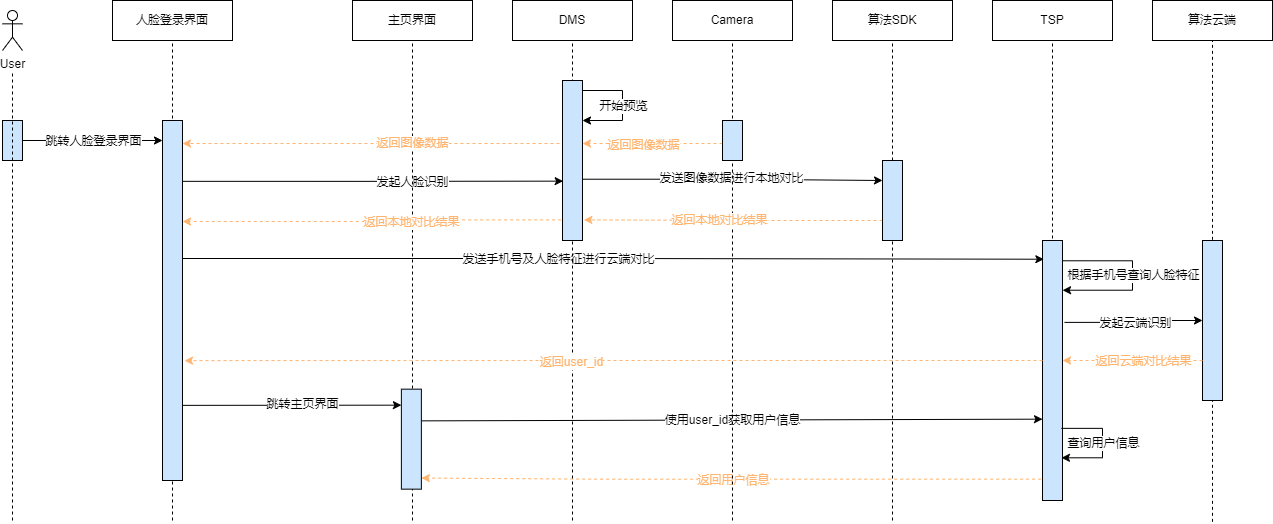
The draw.io diagram x9hp/人脸删除时序图.png in notigit/Image, before a commit. Source tidied: cells renumbered, new cells last; positions are measured from the earlier drawing's top-left corner, leaving out a move shared by most shapes.
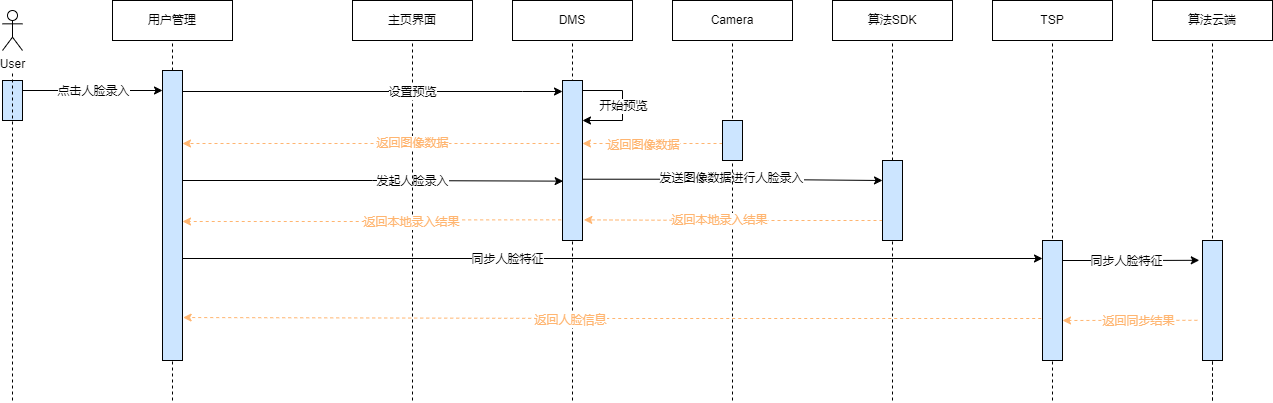
Above is the later version.

Change to the diagram source:
```diff
@@ -2,7 +2,7 @@
   <root>
     <mxCell id="0" />
     <mxCell id="1" parent="0" />
-    <mxCell id="2" value="人脸登录界面" style="rounded=0;whiteSpace=wrap;html=1;" parent="1" vertex="1">
+    <mxCell id="2" value="用户管理" style="rounded=0;whiteSpace=wrap;html=1;" parent="1" vertex="1">
       <mxGeometry x="110" width="120" height="40" as="geometry" />
     </mxCell>
     <mxCell id="3" value="TSP" style="rounded=0;whiteSpace=wrap;html=1;" parent="1" vertex="1">
@@ -12,57 +12,60 @@
       <mxGeometry y="10" width="20" height="40" as="geometry" />
     </mxCell>
     <mxCell id="5" style="rounded=0;whiteSpace=wrap;html=1;fillColor=#CCE5FF;" parent="1" vertex="1">
-      <mxGeometry y="120" width="20" height="40" as="geometry" />
+      <mxGeometry y="80" width="20" height="40" as="geometry" />
     </mxCell>
     <mxCell id="6" style="endArrow=none;dashed=1;html=1;rounded=0;" parent="1" edge="1">
       <mxGeometry relative="1" as="geometry">
-        <mxPoint x="10" y="520" as="sourcePoint" />
+        <mxPoint x="10" y="400" as="sourcePoint" />
         <mxPoint x="10" y="70" as="targetPoint" />
       </mxGeometry>
     </mxCell>
-    <mxCell id="7" style="endArrow=none;dashed=1;html=1;rounded=0;startArrow=none;entryX=0.5;entryY=1;entryDx=0;entryDy=0;" parent="1" edge="1" target="2">
-      <mxGeometry relative="1" as="geometry">
-        <mxPoint x="170" y="520" as="sourcePoint" />
-      </mxGeometry>
+    <mxCell id="7" style="endArrow=none;dashed=1;html=1;rounded=0;startArrow=none;entryX=0.5;entryY=1;entryDx=0;entryDy=0;" parent="1" edge="1" source="63" target="2">
+      <mxGeometry relative="1" as="geometry" />
     </mxCell>
-    <mxCell id="8" style="edgeStyle=orthogonalEdgeStyle;rounded=0;jettySize=auto;html=1;entryX=0.033;entryY=0.629;entryDx=0;entryDy=0;entryPerimeter=0;fontColor=#FFB570;strokeColor=#000000;exitX=1.033;exitY=0.169;exitDx=0;exitDy=0;exitPerimeter=0;" parent="1" edge="1" source="12" target="37">
-      <mxGeometry relative="1" as="geometry" />
+    <mxCell id="8" style="edgeStyle=orthogonalEdgeStyle;rounded=0;jettySize=auto;html=1;entryX=0.033;entryY=0.629;entryDx=0;entryDy=0;entryPerimeter=0;fontColor=#FFB570;strokeColor=#000000;exitX=1;exitY=0.25;exitDx=0;exitDy=0;" parent="1" edge="1" target="37">
+      <mxGeometry relative="1" as="geometry">
+        <mxPoint x="180" y="180" as="sourcePoint" />
+      </mxGeometry>
     </mxCell>
-    <mxCell id="9" value="发起人脸识别" style="edgeLabel;html=1;align=center;verticalAlign=middle;fontColor=#000000;" parent="8" vertex="1">
+    <mxCell id="9" value="发起人脸录入" style="edgeLabel;html=1;align=center;verticalAlign=middle;fontColor=#000000;" parent="8" vertex="1">
       <mxGeometry x="-0.09" relative="1" as="geometry">
         <mxPoint x="56" as="offset" />
       </mxGeometry>
     </mxCell>
-    <mxCell id="10" style="edgeStyle=orthogonalEdgeStyle;rounded=0;jettySize=auto;html=1;entryX=0.067;entryY=0.072;entryDx=0;entryDy=0;fontColor=#000000;strokeColor=#000000;entryPerimeter=0;" parent="1" edge="1" target="16">
+    <mxCell id="10" style="edgeStyle=orthogonalEdgeStyle;rounded=0;orthogonalLoop=1;jettySize=auto;html=1;fontColor=#000000;strokeColor=#000000;" parent="1" edge="1">
       <mxGeometry relative="1" as="geometry">
         <mxPoint x="180" y="258" as="sourcePoint" />
+        <mxPoint x="1040" y="258" as="targetPoint" />
       </mxGeometry>
     </mxCell>
-    <mxCell id="11" value="发送手机号及人脸特征进行云端对比" style="edgeLabel;html=1;align=center;verticalAlign=middle;fontColor=#000000;" parent="10" vertex="1">
-      <mxGeometry x="-0.13" relative="1" as="geometry" />
+    <mxCell id="11" value="同步人脸特征" style="edgeLabel;html=1;align=center;verticalAlign=middle;fontColor=#000000;" parent="10" vertex="1">
+      <mxGeometry x="-0.13" relative="1" as="geometry">
+        <mxPoint x="-50" as="offset" />
+      </mxGeometry>
     </mxCell>
-    <mxCell id="12" style="rounded=0;whiteSpace=wrap;html=1;fillColor=#CCE5FF;" parent="1" vertex="1">
-      <mxGeometry x="160" y="120" width="20" height="360" as="geometry" />
-    </mxCell>
     <mxCell id="13" style="endArrow=none;dashed=1;html=1;rounded=0;startArrow=none;entryX=0.5;entryY=1;entryDx=0;entryDy=0;" parent="1" edge="1" target="3">
       <mxGeometry relative="1" as="geometry">
         <mxPoint x="1050" y="400" as="sourcePoint" />
       </mxGeometry>
     </mxCell>
-    <mxCell id="14" style="edgeStyle=orthogonalEdgeStyle;rounded=0;jettySize=auto;html=1;exitX=1.1;exitY=0.315;exitDx=0;exitDy=0;entryX=0;entryY=0.5;entryDx=0;entryDy=0;fontColor=#000000;strokeColor=#000000;exitPerimeter=0;" parent="1" edge="1" source="16" target="55">
-      <mxGeometry relative="1" as="geometry" />
+    <mxCell id="14" style="edgeStyle=orthogonalEdgeStyle;rounded=0;jettySize=auto;html=1;entryX=-0.16;entryY=0.165;entryDx=0;entryDy=0;fontColor=#000000;strokeColor=#000000;entryPerimeter=0;" parent="1" edge="1" target="55">
+      <mxGeometry relative="1" as="geometry">
+        <mxPoint x="1050" y="260" as="sourcePoint" />
+      </mxGeometry>
     </mxCell>
-    <mxCell id="15" value="发起云端识别" style="edgeLabel;html=1;align=center;verticalAlign=middle;fontColor=#000000;" parent="14" vertex="1">
+    <mxCell id="15" value="同步人脸特征" style="edgeLabel;html=1;align=center;verticalAlign=middle;fontColor=#000000;" parent="14" vertex="1">
       <mxGeometry x="-0.29" y="3" relative="1" as="geometry">
         <mxPoint x="20" y="3" as="offset" />
       </mxGeometry>
     </mxCell>
     <mxCell id="16" style="rounded=0;whiteSpace=wrap;html=1;fillColor=#CCE5FF;" parent="1" vertex="1">
-      <mxGeometry x="1040" y="240" width="20" height="260" as="geometry" />
+      <mxGeometry x="1040" y="240" width="20" height="120" as="geometry" />
     </mxCell>
-    <mxCell id="17" style="endArrow=classic;html=1;rounded=0;exitX=1;exitY=0.5;exitDx=0;exitDy=0;" parent="1" edge="1" source="5">
+    <mxCell id="17" style="endArrow=classic;html=1;rounded=0;" parent="1" edge="1">
       <mxGeometry relative="1" as="geometry">
-        <mxPoint x="160" y="140" as="targetPoint" />
+        <mxPoint x="20" y="90" as="sourcePoint" />
+        <mxPoint x="160" y="90" as="targetPoint" />
       </mxGeometry>
     </mxCell>
     <mxCell id="18" style="edgeLabel;html=1;align=center;verticalAlign=middle;fillColor=#CCE5FF;fontSize=2;" parent="17" vertex="1">
@@ -70,75 +73,25 @@
         <mxPoint x="20" as="offset" />
       </mxGeometry>
     </mxCell>
-    <mxCell id="19" value="跳转人脸登录界面" style="edgeLabel;html=1;align=center;verticalAlign=middle;fontSize=6;" parent="17" vertex="1">
+    <mxCell id="19" value="点击人脸录入" style="edgeLabel;html=1;align=center;verticalAlign=middle;fontSize=6;" parent="17" vertex="1">
       <mxGeometry x="-0.15" relative="1" as="geometry">
         <mxPoint x="10" as="offset" />
       </mxGeometry>
     </mxCell>
-    <mxCell id="20" style="endArrow=classic;html=1;rounded=0;fontSize=11;fontColor=#FFB570;strokeColor=#000000;fillColor=#FFF2CC;exitX=1;exitY=0.25;exitDx=0;exitDy=0;entryX=0;entryY=0.125;entryDx=0;entryDy=0;entryPerimeter=0;" parent="1" edge="1">
-      <mxGeometry relative="1" as="geometry">
-        <mxPoint x="418.9" y="420.4" as="sourcePoint" />
-        <mxPoint x="1040" y="418.7" as="targetPoint" />
-      </mxGeometry>
-    </mxCell>
-    <mxCell id="21" value="使用user_id获取用户信息" style="edgeLabel;html=1;align=center;verticalAlign=middle;fontSize=11;fontColor=#000000;fillColor=#FFB570;" parent="20" vertex="1">
-      <mxGeometry relative="1" as="geometry" />
-    </mxCell>
-    <mxCell id="22" style="endArrow=classic;html=1;rounded=0;fontSize=11;fontColor=#000000;strokeColor=#000000;fillColor=#FFF2CC;edgeStyle=orthogonalEdgeStyle;entryX=1.004;entryY=0.618;entryDx=0;entryDy=0;exitX=1;exitY=0.25;exitDx=0;exitDy=0;entryPerimeter=0;" parent="1" edge="1">
-      <mxGeometry relative="1" as="geometry">
-        <mxPoint x="1058.9" y="427.9" as="sourcePoint" />
-        <mxPoint x="1059" y="457.3" as="targetPoint" />
-        <Array as="points">
-          <mxPoint x="1100" y="427.7" />
-          <mxPoint x="1100" y="457.7" />
-        </Array>
-      </mxGeometry>
-    </mxCell>
-    <mxCell id="23" value="查询用户信息" style="edgeLabel;html=1;align=center;verticalAlign=middle;fontSize=11;fontColor=#000000;fillColor=#FFB570;" parent="22" vertex="1">
-      <mxGeometry relative="1" as="geometry" />
-    </mxCell>
-    <mxCell id="24" style="edgeStyle=orthogonalEdgeStyle;rounded=0;orthogonalLoop=1;jettySize=auto;html=1;exitX=-0.067;exitY=0.875;exitDx=0;exitDy=0;fontSize=11;dashed=1;fillColor=#FFF2CC;strokeColor=#FFB570;exitPerimeter=0;" parent="1" edge="1">
-      <mxGeometry relative="1" as="geometry">
-        <mxPoint x="1038.7" y="478.7" as="sourcePoint" />
-        <mxPoint x="418.9" y="477.5" as="targetPoint" />
-        <Array as="points">
-          <mxPoint x="599" y="477.7" />
-        </Array>
-      </mxGeometry>
-    </mxCell>
-    <mxCell id="25" value="返回用户信息" style="edgeLabel;html=1;align=center;verticalAlign=middle;fontSize=11;fillColor=#FFB570;fontColor=#FFB570;" parent="24" vertex="1">
-      <mxGeometry x="-0.16" y="1" relative="1" as="geometry">
-        <mxPoint x="-48" as="offset" />
-      </mxGeometry>
-    </mxCell>
     <mxCell id="26" value="主页界面" style="rounded=0;whiteSpace=wrap;html=1;" parent="1" vertex="1">
       <mxGeometry x="350" width="120" height="40" as="geometry" />
     </mxCell>
     <mxCell id="27" style="endArrow=none;dashed=1;html=1;rounded=0;startArrow=none;entryX=0.5;entryY=1;entryDx=0;entryDy=0;" parent="1" edge="1" target="26">
       <mxGeometry relative="1" as="geometry">
-        <mxPoint x="410" y="520" as="sourcePoint" />
+        <mxPoint x="410" y="400" as="sourcePoint" />
       </mxGeometry>
     </mxCell>
-    <mxCell id="28" style="rounded=0;whiteSpace=wrap;html=1;fillColor=#CCE5FF;" parent="1" vertex="1">
-      <mxGeometry x="398.9" y="388.7" width="20" height="100" as="geometry" />
-    </mxCell>
-    <mxCell id="29" style="endArrow=classic;html=1;rounded=0;fontSize=11;fontColor=#000000;strokeColor=#000000;fillColor=#FFF2CC;exitX=1.056;exitY=0.554;exitDx=0;exitDy=0;exitPerimeter=0;" parent="1" edge="1">
-      <mxGeometry relative="1" as="geometry">
-        <mxPoint x="180" y="404.9" as="sourcePoint" />
-        <mxPoint x="398.9" y="404.7" as="targetPoint" />
-      </mxGeometry>
-    </mxCell>
-    <mxCell id="30" value="跳转主页界面" style="edgeLabel;html=1;align=center;verticalAlign=middle;fontSize=11;fontColor=#000000;fillColor=#FFB570;" parent="29" vertex="1">
-      <mxGeometry relative="1" as="geometry">
-        <mxPoint x="9" y="-1" as="offset" />
-      </mxGeometry>
-    </mxCell>
     <mxCell id="31" value="DMS" style="rounded=0;whiteSpace=wrap;html=1;" parent="1" vertex="1">
       <mxGeometry x="510" width="120" height="40" as="geometry" />
     </mxCell>
     <mxCell id="32" style="endArrow=none;dashed=1;html=1;rounded=0;startArrow=none;entryX=0.5;entryY=1;entryDx=0;entryDy=0;" parent="1" edge="1" target="31">
       <mxGeometry relative="1" as="geometry">
-        <mxPoint x="570" y="520" as="sourcePoint" />
+        <mxPoint x="570" y="400" as="sourcePoint" />
       </mxGeometry>
     </mxCell>
     <mxCell id="33" style="edgeStyle=orthogonalEdgeStyle;rounded=0;jettySize=auto;html=1;exitX=0;exitY=0.75;exitDx=0;exitDy=0;dashed=1;fontColor=#FFB570;strokeColor=#FFB570;" parent="1" edge="1" source="37">
@@ -157,7 +110,7 @@
     <mxCell id="35" style="edgeStyle=orthogonalEdgeStyle;rounded=0;jettySize=auto;html=1;exitX=0.967;exitY=0.617;exitDx=0;exitDy=0;fontColor=#FFB570;strokeColor=#000000;entryX=0;entryY=0.25;entryDx=0;entryDy=0;exitPerimeter=0;" parent="1" edge="1" source="37" target="51">
       <mxGeometry relative="1" as="geometry" />
     </mxCell>
-    <mxCell id="36" value="发送图像数据进行本地对比" style="edgeLabel;html=1;align=center;verticalAlign=middle;fontColor=#000000;" parent="35" vertex="1">
+    <mxCell id="36" value="发送图像数据进行人脸录入" style="edgeLabel;html=1;align=center;verticalAlign=middle;fontColor=#000000;" parent="35" vertex="1">
       <mxGeometry x="-0.14" y="1" relative="1" as="geometry">
         <mxPoint x="19" as="offset" />
       </mxGeometry>
@@ -170,7 +123,7 @@
     </mxCell>
     <mxCell id="39" style="endArrow=none;dashed=1;html=1;rounded=0;startArrow=none;entryX=0.5;entryY=1;entryDx=0;entryDy=0;" parent="1" edge="1" target="38">
       <mxGeometry relative="1" as="geometry">
-        <mxPoint x="730" y="520" as="sourcePoint" />
+        <mxPoint x="730" y="400" as="sourcePoint" />
       </mxGeometry>
     </mxCell>
     <mxCell id="40" style="edgeStyle=orthogonalEdgeStyle;rounded=0;orthogonalLoop=1;jettySize=auto;html=1;dashed=1;strokeColor=#FFB570;" parent="1" edge="1">
@@ -213,13 +166,13 @@
     </mxCell>
     <mxCell id="48" style="endArrow=none;dashed=1;html=1;rounded=0;startArrow=none;entryX=0.5;entryY=1;entryDx=0;entryDy=0;" parent="1" edge="1" target="47">
       <mxGeometry relative="1" as="geometry">
-        <mxPoint x="1210" y="521.3" as="sourcePoint" />
+        <mxPoint x="1210" y="400" as="sourcePoint" />
       </mxGeometry>
     </mxCell>
     <mxCell id="49" style="edgeStyle=orthogonalEdgeStyle;rounded=0;jettySize=auto;html=1;exitX=0;exitY=0.75;exitDx=0;exitDy=0;entryX=1.067;entryY=0.871;entryDx=0;entryDy=0;entryPerimeter=0;fontColor=#000000;strokeColor=#FFB570;dashed=1;" parent="1" edge="1" source="51" target="37">
       <mxGeometry relative="1" as="geometry" />
     </mxCell>
-    <mxCell id="50" value="返回本地对比结果" style="edgeLabel;html=1;align=center;verticalAlign=middle;fontColor=#FFB570;" parent="49" vertex="1">
+    <mxCell id="50" value="返回本地录入结果" style="edgeLabel;html=1;align=center;verticalAlign=middle;fontColor=#FFB570;" parent="49" vertex="1">
       <mxGeometry x="0.1" relative="1" as="geometry" />
     </mxCell>
     <mxCell id="51" style="rounded=0;whiteSpace=wrap;html=1;fillColor=#CCE5FF;" parent="1" vertex="1">
@@ -227,7 +180,7 @@
     </mxCell>
     <mxCell id="52" style="endArrow=none;dashed=1;html=1;rounded=0;startArrow=none;entryX=0.5;entryY=1;entryDx=0;entryDy=0;" parent="1" edge="1" target="51">
       <mxGeometry relative="1" as="geometry">
-        <mxPoint x="890" y="520" as="sourcePoint" />
+        <mxPoint x="890" y="400" as="sourcePoint" />
       </mxGeometry>
     </mxCell>
     <mxCell id="53" style="edgeStyle=orthogonalEdgeStyle;rounded=0;jettySize=auto;html=1;exitX=-0.067;exitY=0.871;exitDx=0;exitDy=0;fontColor=#000000;strokeColor=#FFB570;dashed=1;exitPerimeter=0;" parent="1" edge="1" source="37">
@@ -235,51 +188,60 @@
         <mxPoint x="180" y="221" as="targetPoint" />
       </mxGeometry>
     </mxCell>
-    <mxCell id="54" value="返回本地对比结果" style="edgeLabel;html=1;align=center;verticalAlign=middle;fontColor=#FFB570;" parent="53" vertex="1">
+    <mxCell id="54" value="返回本地录入结果" style="edgeLabel;html=1;align=center;verticalAlign=middle;fontColor=#FFB570;" parent="53" vertex="1">
       <mxGeometry x="0.1" relative="1" as="geometry">
         <mxPoint x="57" as="offset" />
       </mxGeometry>
     </mxCell>
     <mxCell id="55" style="rounded=0;whiteSpace=wrap;html=1;fillColor=#CCE5FF;" parent="1" vertex="1">
-      <mxGeometry x="1200" y="240" width="20" height="160" as="geometry" />
+      <mxGeometry x="1200" y="240" width="20" height="120" as="geometry" />
     </mxCell>
     <mxCell id="56" style="endArrow=none;dashed=1;html=1;rounded=0;startArrow=none;entryX=0.5;entryY=1;entryDx=0;entryDy=0;" parent="1" edge="1" target="55">
       <mxGeometry relative="1" as="geometry">
         <mxPoint x="1210" y="400" as="sourcePoint" />
       </mxGeometry>
     </mxCell>
-    <mxCell id="57" style="endArrow=classic;html=1;rounded=0;fontSize=11;fontColor=#000000;strokeColor=#000000;fillColor=#FFF2CC;edgeStyle=orthogonalEdgeStyle;entryX=1.004;entryY=0.618;entryDx=0;entryDy=0;exitX=1;exitY=0.25;exitDx=0;exitDy=0;entryPerimeter=0;" parent="1" edge="1">
-      <mxGeometry relative="1" as="geometry">
-        <mxPoint x="1060" y="260.3" as="sourcePoint" />
-        <mxPoint x="1060.1" y="289.7" as="targetPoint" />
-        <Array as="points">
-          <mxPoint x="1130" y="260" />
-          <mxPoint x="1130" y="290" />
-        </Array>
-      </mxGeometry>
-    </mxCell>
-    <mxCell id="58" value="根据手机号查询人脸特征" style="edgeLabel;html=1;align=center;verticalAlign=middle;fontSize=11;fontColor=#000000;fillColor=#FFB570;" parent="57" vertex="1">
-      <mxGeometry relative="1" as="geometry" />
-    </mxCell>
-    <mxCell id="59" style="edgeStyle=orthogonalEdgeStyle;rounded=0;jettySize=auto;html=1;exitX=0;exitY=0.75;exitDx=0;exitDy=0;fontColor=#000000;strokeColor=#FFB570;dashed=1;" parent="1" edge="1" source="55">
+    <mxCell id="59" style="edgeStyle=orthogonalEdgeStyle;rounded=0;jettySize=auto;html=1;exitX=-0.255;exitY=0.665;exitDx=0;exitDy=0;fontColor=#000000;strokeColor=#FFB570;dashed=1;exitPerimeter=0;" parent="1" edge="1" source="55">
       <mxGeometry relative="1" as="geometry">
-        <mxPoint x="1060" y="360" as="targetPoint" />
+        <mxPoint x="1060" y="320" as="targetPoint" />
       </mxGeometry>
     </mxCell>
-    <mxCell id="60" value="返回云端对比结果" style="edgeLabel;html=1;align=center;verticalAlign=middle;fontColor=#FFB570;" parent="59" vertex="1">
+    <mxCell id="60" value="返回同步结果" style="edgeLabel;html=1;align=center;verticalAlign=middle;fontColor=#FFB570;" parent="59" vertex="1">
       <mxGeometry x="0.1" relative="1" as="geometry">
         <mxPoint x="17" as="offset" />
       </mxGeometry>
     </mxCell>
-    <mxCell id="61" style="edgeStyle=orthogonalEdgeStyle;rounded=0;jettySize=auto;html=1;fontSize=11;dashed=1;fillColor=#FFF2CC;strokeColor=#FFB570;entryX=1.1;entryY=0.667;entryDx=0;entryDy=0;entryPerimeter=0;" parent="1" edge="1" target="12">
+    <mxCell id="61" style="edgeStyle=orthogonalEdgeStyle;rounded=0;jettySize=auto;html=1;fontSize=11;dashed=1;fillColor=#FFF2CC;strokeColor=#FFB570;entryX=1.031;entryY=0.821;entryDx=0;entryDy=0;entryPerimeter=0;exitX=-0.064;exitY=0.65;exitDx=0;exitDy=0;exitPerimeter=0;" parent="1" edge="1" source="16">
       <mxGeometry relative="1" as="geometry">
-        <mxPoint x="1040" y="360" as="sourcePoint" />
+        <mxPoint x="180.6" y="317" as="targetPoint" />
       </mxGeometry>
     </mxCell>
-    <mxCell id="62" value="返回user_id" style="edgeLabel;html=1;align=center;verticalAlign=middle;fontSize=11;fillColor=#FFB570;fontColor=#FFB570;" parent="61" vertex="1">
+    <mxCell id="62" value="返回人脸信息" style="edgeLabel;html=1;align=center;verticalAlign=middle;fontSize=11;fillColor=#FFB570;fontColor=#FFB570;" parent="61" vertex="1">
       <mxGeometry x="-0.16" y="1" relative="1" as="geometry">
         <mxPoint x="-110" as="offset" />
       </mxGeometry>
     </mxCell>
+    <mxCell id="63" style="rounded=0;whiteSpace=wrap;html=1;fillColor=#CCE5FF;" parent="1" vertex="1">
+      <mxGeometry x="160" y="70" width="20" height="290" as="geometry" />
+    </mxCell>
+    <mxCell id="64" style="endArrow=none;dashed=1;html=1;rounded=0;startArrow=none;entryX=0.5;entryY=1;entryDx=0;entryDy=0;" parent="1" edge="1" target="63">
+      <mxGeometry relative="1" as="geometry">
+        <mxPoint x="170" y="400" as="sourcePoint" />
+      </mxGeometry>
+    </mxCell>
+    <mxCell id="65" style="edgeStyle=orthogonalEdgeStyle;rounded=0;orthogonalLoop=1;jettySize=auto;html=1;fontColor=#FFB570;strokeColor=#000000;" parent="1" edge="1">
+      <mxGeometry relative="1" as="geometry">
+        <mxPoint x="180" y="91" as="sourcePoint" />
+        <mxPoint x="560" y="91" as="targetPoint" />
+        <Array as="points">
+          <mxPoint x="520" y="91" />
+        </Array>
+      </mxGeometry>
+    </mxCell>
+    <mxCell id="66" value="设置预览" style="edgeLabel;html=1;align=center;verticalAlign=middle;fontColor=#000000;" parent="65" vertex="1">
+      <mxGeometry x="-0.09" relative="1" as="geometry">
+        <mxPoint x="56" as="offset" />
+      </mxGeometry>
+    </mxCell>
   </root>
 </mxGraphModel>
```
